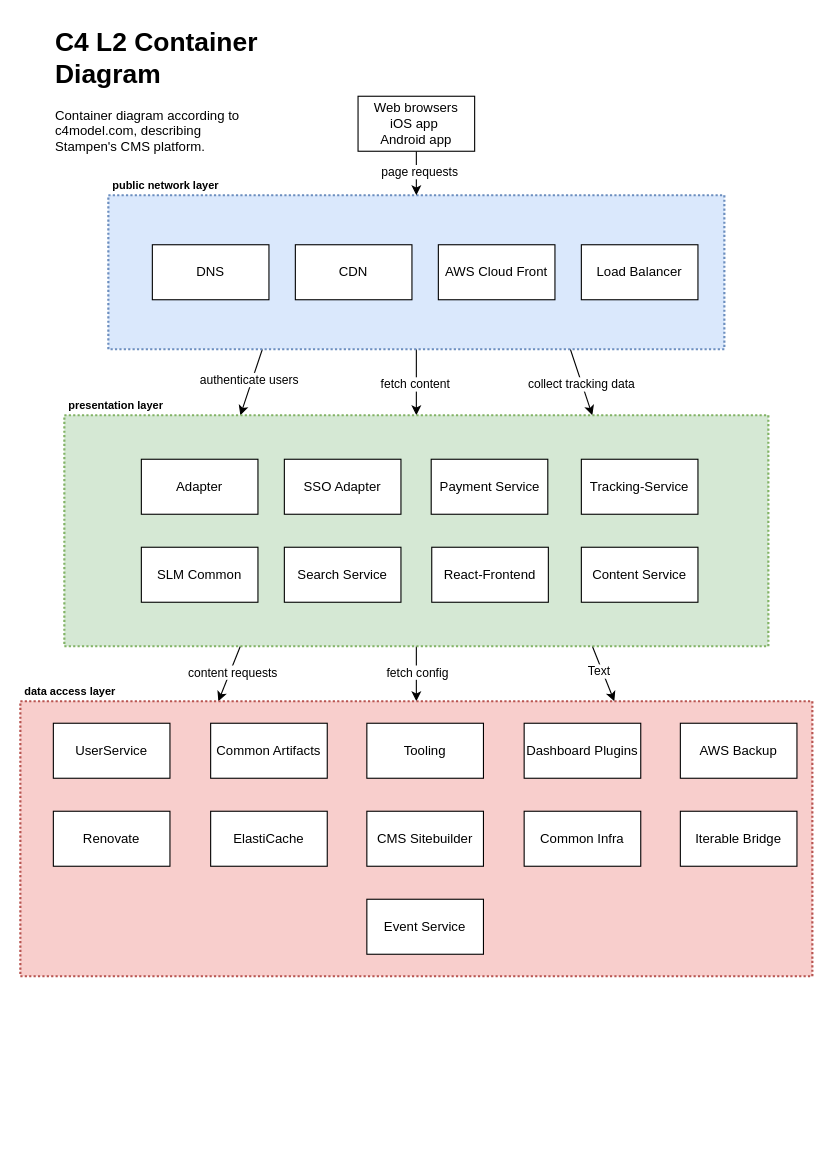
Before: L2 component diagram Stampen CMS Platform.drawio in SLM-Development/diagrams, a draw.io diagram. Source tidied: cells renumbered, new cells numbered last; positions are measured from the earlier drawing's top-left corner, leaving out a move shared by most shapes. Both pictures are drawn from the tidied source at 110%, with x=0, y=0 at pixel (20, 19).
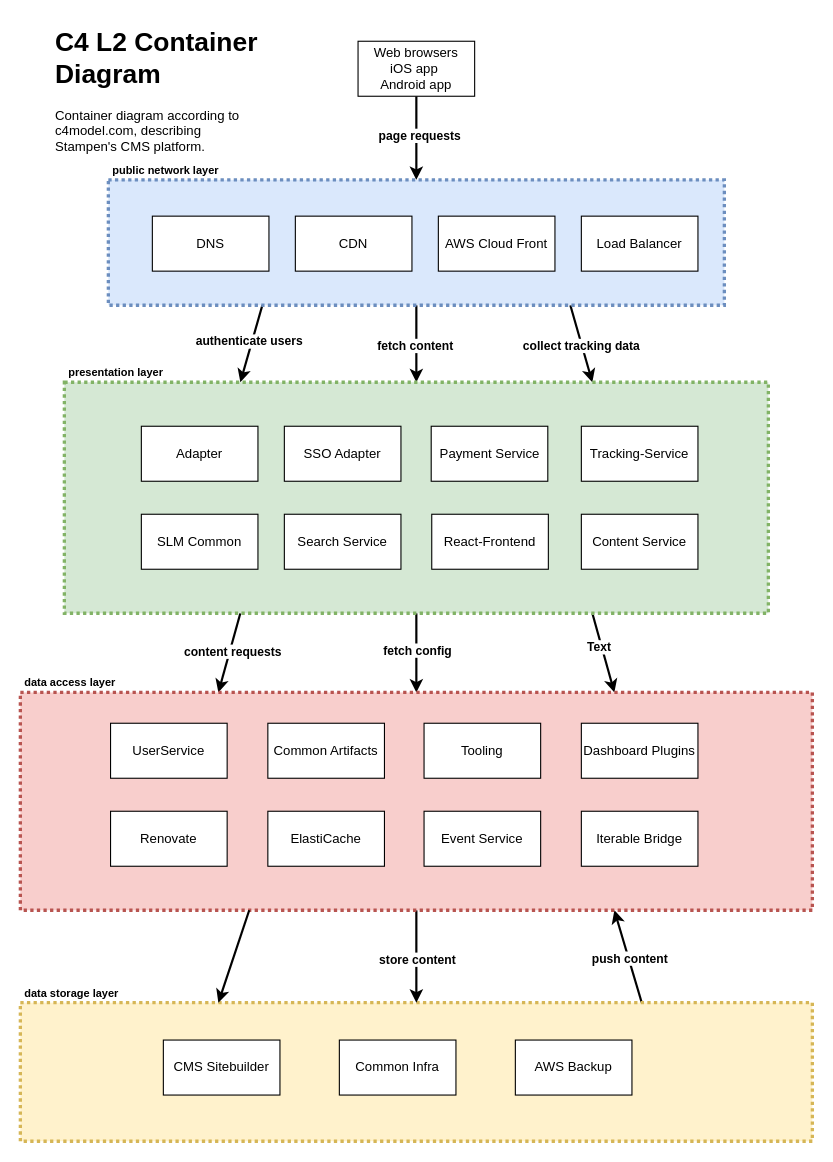
The same page after the edit.

Diff of the diagram source:
```diff
@@
+    <mxCell id="44" style="rounded=0;jettySize=auto;html=1;exitX=0.785;exitY=0.008;exitDx=0;exitDy=0;entryX=0.75;entryY=1;entryDx=0;entryDy=0;strokeWidth=2;exitPerimeter=0;" parent="1" edge="1" source="46" target="16">
+      <mxGeometry relative="1" as="geometry" />
+    </mxCell>
+    <mxCell id="45" value="push content" style="edgeLabel;html=1;align=center;verticalAlign=middle;fontStyle=1;" parent="44" vertex="1">
+      <mxGeometry x="-0.04" y="-1" relative="1" as="geometry" />
+    </mxCell>
+    <mxCell id="46" value="data storage layer" style="rounded=0;whiteSpace=wrap;html=1;labelPosition=center;verticalLabelPosition=top;align=left;verticalAlign=bottom;spacingLeft=2;spacingTop=-2;fillColor=#fff2cc;fillStyle=auto;dashed=1;fontSize=10;strokeColor=#d6b656;fontStyle=1;strokeWidth=3;dashPattern=1 1;" parent="1" vertex="1">
+      <mxGeometry y="894" width="720" height="126" as="geometry" />
+    </mxCell>
-    <mxCell id="2" style="edgeStyle=orthogonalEdgeStyle;rounded=0;jettySize=auto;html=1;exitX=0.5;exitY=1;exitDx=0;exitDy=0;entryX=0.5;entryY=0;entryDx=0;entryDy=0;" parent="1" edge="1" source="8" target="15">
+    <mxCell id="2" style="edgeStyle=orthogonalEdgeStyle;rounded=0;jettySize=auto;html=1;exitX=0.5;exitY=1;exitDx=0;exitDy=0;entryX=0.5;entryY=0;entryDx=0;entryDy=0;strokeWidth=2;" parent="1" edge="1" source="8" target="15">
       <mxGeometry relative="1" as="geometry" />
     </mxCell>
-    <mxCell id="3" value="fetch content" style="edgeLabel;html=1;align=center;verticalAlign=middle;" parent="2" vertex="1">
+    <mxCell id="3" value="fetch content" style="edgeLabel;html=1;align=center;verticalAlign=middle;fontStyle=1;" parent="2" vertex="1">
       <mxGeometry x="0.03" y="-2" relative="1" as="geometry" />
     </mxCell>
-    <mxCell id="4" style="rounded=0;jettySize=auto;html=1;exitX=0.75;exitY=1;exitDx=0;exitDy=0;entryX=0.75;entryY=0;entryDx=0;entryDy=0;" parent="1" edge="1" source="8" target="15">
+    <mxCell id="4" style="rounded=0;jettySize=auto;html=1;exitX=0.75;exitY=1;exitDx=0;exitDy=0;entryX=0.75;entryY=0;entryDx=0;entryDy=0;strokeWidth=2;" parent="1" edge="1" source="8" target="15">
       <mxGeometry relative="1" as="geometry" />
     </mxCell>
-    <mxCell id="5" value="collect tracking data" style="edgeLabel;html=1;align=center;verticalAlign=middle;" parent="4" vertex="1">
+    <mxCell id="5" value="collect tracking data" style="edgeLabel;html=1;align=center;verticalAlign=middle;fontStyle=1;" parent="4" vertex="1">
       <mxGeometry x="0.05" y="-1" relative="1" as="geometry" />
     </mxCell>
-    <mxCell id="6" style="rounded=0;jettySize=auto;html=1;exitX=0.25;exitY=1;exitDx=0;exitDy=0;entryX=0.25;entryY=0;entryDx=0;entryDy=0;" parent="1" edge="1" source="8" target="15">
+    <mxCell id="6" style="rounded=0;jettySize=auto;html=1;exitX=0.25;exitY=1;exitDx=0;exitDy=0;entryX=0.25;entryY=0;entryDx=0;entryDy=0;strokeWidth=2;" parent="1" edge="1" source="8" target="15">
       <mxGeometry relative="1" as="geometry" />
     </mxCell>
-    <mxCell id="7" value="authenticate users" style="edgeLabel;html=1;align=center;verticalAlign=middle;" parent="6" vertex="1">
+    <mxCell id="7" value="authenticate users" style="edgeLabel;html=1;align=center;verticalAlign=middle;fontStyle=1;" parent="6" vertex="1">
       <mxGeometry x="-0.04" y="-3" relative="1" as="geometry" />
     </mxCell>
-    <mxCell id="8" value="public network layer" style="rounded=0;whiteSpace=wrap;html=1;labelPosition=center;verticalLabelPosition=top;align=left;verticalAlign=bottom;spacingLeft=2;spacingTop=-2;fillColor=#dae8fc;fillStyle=solid;dashed=1;fontSize=10;strokeColor=#6c8ebf;gradientColor=none;fontStyle=1;strokeWidth=2;dashPattern=1 1;" parent="1" vertex="1">
-      <mxGeometry x="80" y="160" width="560" height="140" as="geometry" />
+    <mxCell id="8" value="public network layer" style="rounded=0;whiteSpace=wrap;html=1;labelPosition=center;verticalLabelPosition=top;align=left;verticalAlign=bottom;spacingLeft=2;spacingTop=-2;fillColor=#dae8fc;fillStyle=solid;dashed=1;fontSize=10;strokeColor=#6c8ebf;gradientColor=none;fontStyle=1;strokeWidth=3;dashPattern=1 1;" parent="1" vertex="1">
+      <mxGeometry x="80" y="146" width="560" height="114" as="geometry" />
     </mxCell>
-    <mxCell id="9" style="rounded=0;jettySize=auto;html=1;exitX=0.25;exitY=1;exitDx=0;exitDy=0;entryX=0.25;entryY=0;entryDx=0;entryDy=0;" parent="1" edge="1" source="15" target="16">
+    <mxCell id="9" style="rounded=0;jettySize=auto;html=1;exitX=0.25;exitY=1;exitDx=0;exitDy=0;entryX=0.25;entryY=0;entryDx=0;entryDy=0;strokeWidth=2;" parent="1" edge="1" source="15" target="16">
       <mxGeometry relative="1" as="geometry" />
     </mxCell>
-    <mxCell id="10" value="content requests" style="edgeLabel;html=1;align=center;verticalAlign=middle;" parent="9" vertex="1">
+    <mxCell id="10" value="content requests" style="edgeLabel;html=1;align=center;verticalAlign=middle;fontStyle=1;" parent="9" vertex="1">
       <mxGeometry x="-0.06" y="2" relative="1" as="geometry" />
     </mxCell>
-    <mxCell id="11" style="edgeStyle=orthogonalEdgeStyle;rounded=0;jettySize=auto;html=1;exitX=0.5;exitY=1;exitDx=0;exitDy=0;" parent="1" edge="1" source="15" target="16">
+    <mxCell id="11" style="edgeStyle=orthogonalEdgeStyle;rounded=0;jettySize=auto;html=1;exitX=0.5;exitY=1;exitDx=0;exitDy=0;strokeWidth=2;" parent="1" edge="1" source="15" target="16">
       <mxGeometry relative="1" as="geometry" />
     </mxCell>
-    <mxCell id="12" value="fetch config" style="edgeLabel;html=1;align=center;verticalAlign=middle;" parent="11" vertex="1">
+    <mxCell id="12" value="fetch config" style="edgeLabel;html=1;align=center;verticalAlign=middle;fontStyle=1;" parent="11" vertex="1">
       <mxGeometry x="-0.08" relative="1" as="geometry" />
     </mxCell>
-    <mxCell id="13" style="rounded=0;jettySize=auto;html=1;exitX=0.75;exitY=1;exitDx=0;exitDy=0;entryX=0.75;entryY=0;entryDx=0;entryDy=0;" parent="1" edge="1" source="15" target="16">
+    <mxCell id="13" style="rounded=0;jettySize=auto;html=1;exitX=0.75;exitY=1;exitDx=0;exitDy=0;entryX=0.75;entryY=0;entryDx=0;entryDy=0;strokeWidth=2;" parent="1" edge="1" source="15" target="16">
       <mxGeometry relative="1" as="geometry" />
     </mxCell>
-    <mxCell id="14" value="Text" style="edgeLabel;html=1;align=center;verticalAlign=middle;" parent="13" vertex="1">
+    <mxCell id="14" value="Text" style="edgeLabel;html=1;align=center;verticalAlign=middle;fontStyle=1;" parent="13" vertex="1">
       <mxGeometry x="-0.16" y="-3" relative="1" as="geometry" />
     </mxCell>
-    <mxCell id="15" value="presentation layer" style="rounded=0;whiteSpace=wrap;html=1;labelPosition=center;verticalLabelPosition=top;align=left;verticalAlign=bottom;spacingLeft=2;spacingTop=-2;fillColor=#d5e8d4;fillStyle=auto;dashed=1;fontSize=10;strokeColor=#82b366;fontStyle=1;strokeWidth=2;dashPattern=1 1;" parent="1" vertex="1">
-      <mxGeometry x="40" y="360" width="640" height="210" as="geometry" />
+    <mxCell id="15" value="presentation layer" style="rounded=0;whiteSpace=wrap;html=1;labelPosition=center;verticalLabelPosition=top;align=left;verticalAlign=bottom;spacingLeft=2;spacingTop=-2;fillColor=#d5e8d4;fillStyle=auto;dashed=1;fontSize=10;strokeColor=#82b366;fontStyle=1;strokeWidth=3;dashPattern=1 1;" parent="1" vertex="1">
+      <mxGeometry x="40" y="330" width="640" height="210" as="geometry" />
     </mxCell>
+    <mxCell id="47" style="edgeStyle=orthogonalEdgeStyle;rounded=0;jettySize=auto;html=1;exitX=0.5;exitY=1;exitDx=0;exitDy=0;strokeWidth=2;" parent="1" edge="1" source="16" target="46">
+      <mxGeometry relative="1" as="geometry" />
+    </mxCell>
+    <mxCell id="48" value="&lt;b&gt;store content&lt;/b&gt;" style="edgeLabel;html=1;align=center;verticalAlign=middle;" parent="47" vertex="1">
+      <mxGeometry x="0.08" y="1" relative="1" as="geometry">
+        <mxPoint x="-1" y="-1" as="offset" />
+      </mxGeometry>
+    </mxCell>
-    <mxCell id="16" value="data access layer" style="rounded=0;whiteSpace=wrap;html=1;labelPosition=center;verticalLabelPosition=top;align=left;verticalAlign=bottom;spacingLeft=2;spacingTop=-2;fillColor=#f8cecc;fillStyle=auto;dashed=1;fontSize=10;strokeColor=#b85450;fontStyle=1;strokeWidth=2;dashPattern=1 1;" parent="1" vertex="1">
-      <mxGeometry y="620" width="720" height="250" as="geometry" />
+    <mxCell id="16" value="data access layer" style="rounded=0;whiteSpace=wrap;html=1;labelPosition=center;verticalLabelPosition=top;align=left;verticalAlign=bottom;spacingLeft=2;spacingTop=-2;fillColor=#f8cecc;fillStyle=auto;dashed=1;fontSize=10;strokeColor=#b85450;fontStyle=1;strokeWidth=3;dashPattern=1 1;" parent="1" vertex="1">
+      <mxGeometry y="612" width="720" height="198" as="geometry" />
     </mxCell>
     <mxCell id="17" value="SSO Adapter" style="rounded=0;whiteSpace=wrap;html=1;" parent="1" vertex="1">
-      <mxGeometry x="240" y="400" width="106" height="50" as="geometry" />
+      <mxGeometry x="240" y="370" width="106" height="50" as="geometry" />
     </mxCell>
     <mxCell id="18" value="UserService" style="rounded=0;whiteSpace=wrap;html=1;" parent="1" vertex="1">
-      <mxGeometry x="30" y="640" width="106" height="50" as="geometry" />
+      <mxGeometry x="82" y="640" width="106" height="50" as="geometry" />
     </mxCell>
     <mxCell id="19" value="Tracking-Service" style="rounded=0;whiteSpace=wrap;html=1;" parent="1" vertex="1">
-      <mxGeometry x="510" y="400" width="106" height="50" as="geometry" />
+      <mxGeometry x="510" y="370" width="106" height="50" as="geometry" />
     </mxCell>
-    <mxCell id="20" style="rounded=0;jettySize=auto;html=1;exitX=0.5;exitY=1;exitDx=0;exitDy=0;entryX=0.5;entryY=0;entryDx=0;entryDy=0;" parent="1" edge="1" source="22" target="8">
+    <mxCell id="20" style="rounded=0;jettySize=auto;html=1;exitX=0.5;exitY=1;exitDx=0;exitDy=0;entryX=0.5;entryY=0;entryDx=0;entryDy=0;strokeWidth=2;" parent="1" edge="1" source="22" target="8">
       <mxGeometry relative="1" as="geometry" />
     </mxCell>
-    <mxCell id="21" value="page requests" style="edgeLabel;html=1;align=center;verticalAlign=middle;" parent="20" vertex="1">
+    <mxCell id="21" value="page requests" style="edgeLabel;html=1;align=center;verticalAlign=middle;fontStyle=1;" parent="20" vertex="1">
       <mxGeometry x="-0.09" y="2" relative="1" as="geometry" />
     </mxCell>
     <mxCell id="22" value="Web browsers&lt;div&gt;iOS app&amp;nbsp;&lt;/div&gt;&lt;div&gt;Android app&lt;/div&gt;" style="rounded=0;whiteSpace=wrap;html=1;" parent="1" vertex="1">
-      <mxGeometry x="307" y="70" width="106" height="50" as="geometry" />
+      <mxGeometry x="307" y="20" width="106" height="50" as="geometry" />
     </mxCell>
     <mxCell id="23" value="AWS Cloud Front" style="rounded=0;whiteSpace=wrap;html=1;" parent="1" vertex="1">
-      <mxGeometry x="380" y="205" width="106" height="50" as="geometry" />
+      <mxGeometry x="380" y="179" width="106" height="50" as="geometry" />
     </mxCell>
     <mxCell id="24" value="Payment Service" style="rounded=0;whiteSpace=wrap;html=1;" parent="1" vertex="1">
-      <mxGeometry x="373.5" y="400" width="106" height="50" as="geometry" />
+      <mxGeometry x="373.5" y="370" width="106" height="50" as="geometry" />
     </mxCell>
     <mxCell id="25" value="CDN" style="rounded=0;whiteSpace=wrap;html=1;" parent="1" vertex="1">
-      <mxGeometry x="250" y="205" width="106" height="50" as="geometry" />
+      <mxGeometry x="250" y="179" width="106" height="50" as="geometry" />
     </mxCell>
     <mxCell id="26" value="Content Service" style="rounded=0;whiteSpace=wrap;html=1;" parent="1" vertex="1">
-      <mxGeometry x="510" y="480" width="106" height="50" as="geometry" />
+      <mxGeometry x="510" y="450" width="106" height="50" as="geometry" />
     </mxCell>
     <mxCell id="27" value="Search&amp;nbsp;Service" style="rounded=0;whiteSpace=wrap;html=1;" parent="1" vertex="1">
-      <mxGeometry x="240" y="480" width="106" height="50" as="geometry" />
+      <mxGeometry x="240" y="450" width="106" height="50" as="geometry" />
     </mxCell>
     <mxCell id="28" value="SLM Common" style="rounded=0;whiteSpace=wrap;html=1;" parent="1" vertex="1">
-      <mxGeometry x="110" y="480" width="106" height="50" as="geometry" />
+      <mxGeometry x="110" y="450" width="106" height="50" as="geometry" />
     </mxCell>
     <mxCell id="29" value="Common Infra" style="rounded=0;whiteSpace=wrap;html=1;" parent="1" vertex="1">
-      <mxGeometry x="458" y="720" width="106" height="50" as="geometry" />
+      <mxGeometry x="290" y="928" width="106" height="50" as="geometry" />
     </mxCell>
     <mxCell id="30" value="Adapter" style="rounded=0;whiteSpace=wrap;html=1;" parent="1" vertex="1">
-      <mxGeometry x="110" y="400" width="106" height="50" as="geometry" />
+      <mxGeometry x="110" y="370" width="106" height="50" as="geometry" />
     </mxCell>
     <mxCell id="31" value="Common Artifacts" style="rounded=0;whiteSpace=wrap;html=1;" parent="1" vertex="1">
-      <mxGeometry x="173" y="640" width="106" height="50" as="geometry" />
+      <mxGeometry x="225" y="640" width="106" height="50" as="geometry" />
     </mxCell>
     <mxCell id="32" value="Tooling" style="rounded=0;whiteSpace=wrap;html=1;" parent="1" vertex="1">
-      <mxGeometry x="315" y="640" width="106" height="50" as="geometry" />
+      <mxGeometry x="367" y="640" width="106" height="50" as="geometry" />
     </mxCell>
     <mxCell id="33" value="Dashboard Plugins" style="rounded=0;whiteSpace=wrap;html=1;" parent="1" vertex="1">
-      <mxGeometry x="458" y="640" width="106" height="50" as="geometry" />
+      <mxGeometry x="510" y="640" width="106" height="50" as="geometry" />
     </mxCell>
     <mxCell id="34" value="Renovate" style="rounded=0;whiteSpace=wrap;html=1;" parent="1" vertex="1">
-      <mxGeometry x="30" y="720" width="106" height="50" as="geometry" />
+      <mxGeometry x="82" y="720" width="106" height="50" as="geometry" />
     </mxCell>
     <mxCell id="35" value="ElastiCache" style="rounded=0;whiteSpace=wrap;html=1;" parent="1" vertex="1">
-      <mxGeometry x="173" y="720" width="106" height="50" as="geometry" />
+      <mxGeometry x="225" y="720" width="106" height="50" as="geometry" />
     </mxCell>
     <mxCell id="36" value="CMS Sitebuilder" style="rounded=0;whiteSpace=wrap;html=1;" parent="1" vertex="1">
-      <mxGeometry x="315" y="720" width="106" height="50" as="geometry" />
+      <mxGeometry x="130" y="928" width="106" height="50" as="geometry" />
     </mxCell>
     <mxCell id="37" value="React-Frontend" style="rounded=0;whiteSpace=wrap;html=1;" parent="1" vertex="1">
-      <mxGeometry x="374" y="480" width="106" height="50" as="geometry" />
+      <mxGeometry x="374" y="450" width="106" height="50" as="geometry" />
     </mxCell>
     <mxCell id="38" value="Iterable Bridge" style="rounded=0;whiteSpace=wrap;html=1;" parent="1" vertex="1">
-      <mxGeometry x="600" y="720" width="106" height="50" as="geometry" />
+      <mxGeometry x="510" y="720" width="106" height="50" as="geometry" />
     </mxCell>
     <mxCell id="39" value="AWS Backup" style="rounded=0;whiteSpace=wrap;html=1;" parent="1" vertex="1">
-      <mxGeometry x="600" y="640" width="106" height="50" as="geometry" />
+      <mxGeometry x="450" y="928" width="106" height="50" as="geometry" />
     </mxCell>
     <mxCell id="40" value="Event Service" style="rounded=0;whiteSpace=wrap;html=1;" parent="1" vertex="1">
-      <mxGeometry x="315" y="800" width="106" height="50" as="geometry" />
+      <mxGeometry x="367" y="720" width="106" height="50" as="geometry" />
     </mxCell>
     <mxCell id="41" value="DNS" style="rounded=0;whiteSpace=wrap;html=1;" parent="1" vertex="1">
-      <mxGeometry x="120" y="205" width="106" height="50" as="geometry" />
+      <mxGeometry x="120" y="179" width="106" height="50" as="geometry" />
     </mxCell>
     <mxCell id="42" value="Load Balancer" style="rounded=0;whiteSpace=wrap;html=1;" parent="1" vertex="1">
-      <mxGeometry x="510" y="205" width="106" height="50" as="geometry" />
+      <mxGeometry x="510" y="179" width="106" height="50" as="geometry" />
     </mxCell>
@@
+    <mxCell id="49" style="rounded=0;jettySize=auto;html=1;exitX=0.289;exitY=1;exitDx=0;exitDy=0;entryX=0.25;entryY=0;entryDx=0;entryDy=0;strokeWidth=2;exitPerimeter=0;" parent="1" edge="1" source="16" target="46">
+      <mxGeometry relative="1" as="geometry" />
+    </mxCell>
```
